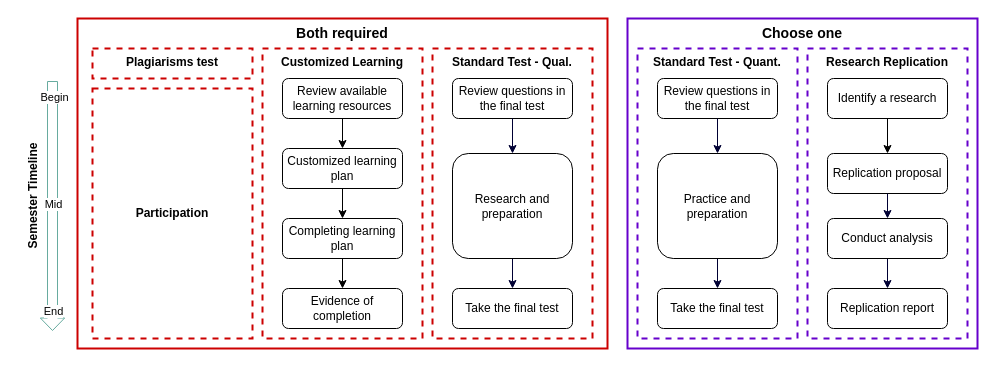
Before: page "assignments" (1 of 2) of assets/structure.drawio in ma-ji/amgps, a draw.io diagram. Source tidied: cells renumbered, new cells numbered last; positions are measured from the earlier drawing's top-left corner, leaving out a move shared by most shapes. Both pictures are drawn from the tidied source at 100%, with x=0, y=0 at pixel (-38, 18).
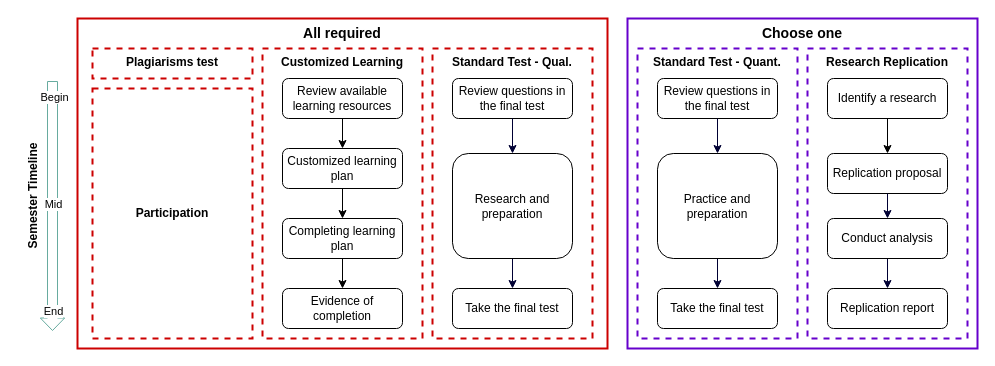
The same page after the edit.

Unchanged cells that the change refers to:
```xml
<mxCell id="2" style="group;" parent="1" vertex="1">
  <mxGeometry x="55" width="960" height="330" as="geometry" />
</mxCell>
```

The edit, as a diff of the source:
```diff
@@
-    <mxCell id="3" value="&lt;b&gt;&lt;font style=&quot;font-size: 14px&quot;&gt;Both required&lt;/font&gt;&lt;/b&gt;" style="rounded=0;whiteSpace=wrap;html=1;fillColor=none;verticalAlign=top;strokeColor=#CC0000;strokeWidth=2;" parent="2" vertex="1">
+    <mxCell id="3" value="&lt;b&gt;&lt;font style=&quot;font-size: 14px&quot;&gt;All required&lt;/font&gt;&lt;/b&gt;" style="rounded=0;whiteSpace=wrap;html=1;fillColor=none;verticalAlign=top;strokeColor=#CC0000;strokeWidth=2;" parent="2" vertex="1">
       <mxGeometry x="60" width="530" height="330" as="geometry" />
     </mxCell>
```
